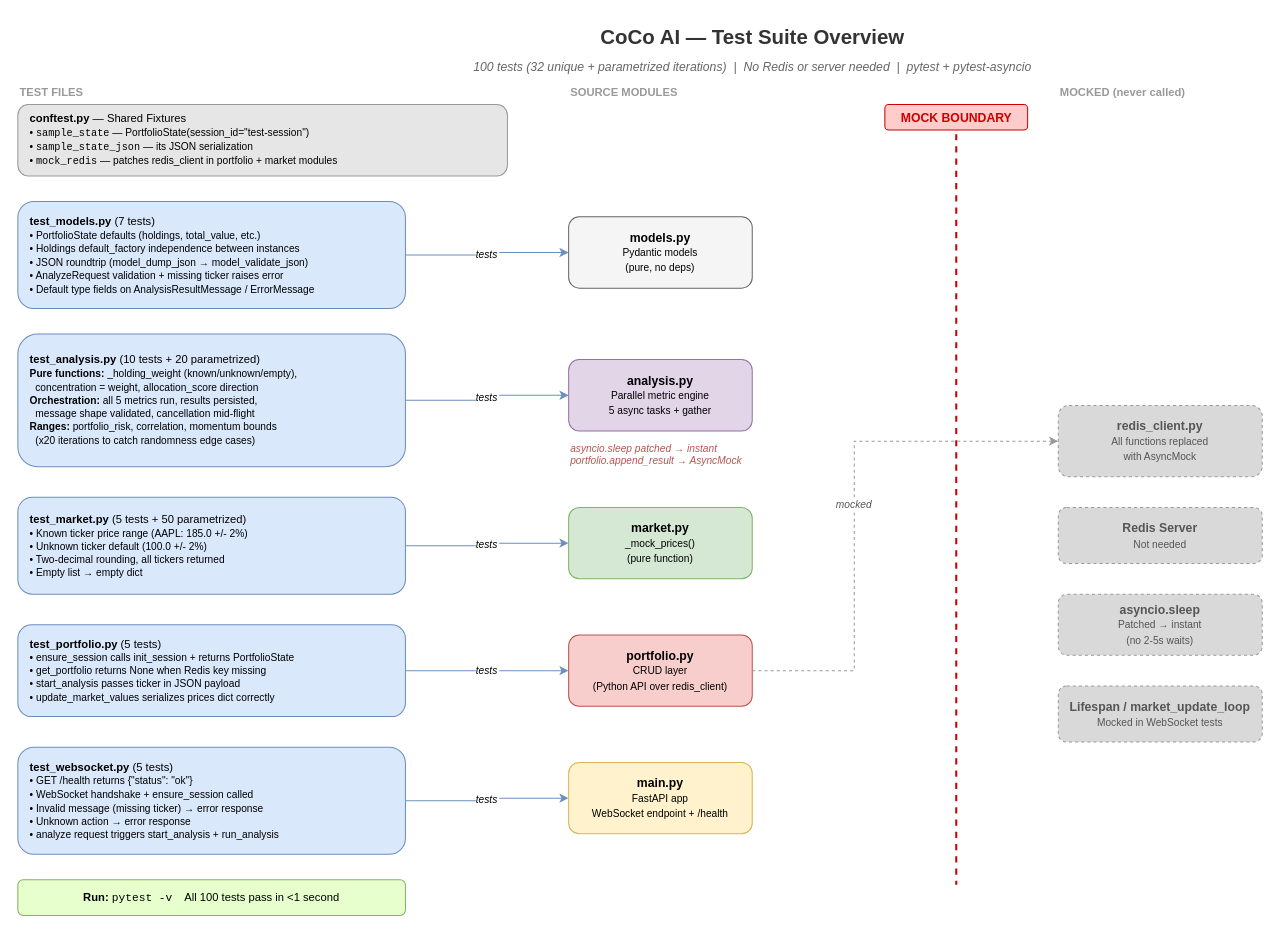
Earlier version of the draw.io diagram page "Tests" (2 of 3) of documentation/diagrams/system-architecture.drawio (onexdata/stock-portfolio-analysis). Source tidied: cells renumbered, new cells numbered last; positions are measured from the earlier drawing's top-left corner, leaving out a move shared by most shapes. Both pictures are drawn from the tidied source at 102%, with x=0, y=0 at pixel (17, 17).
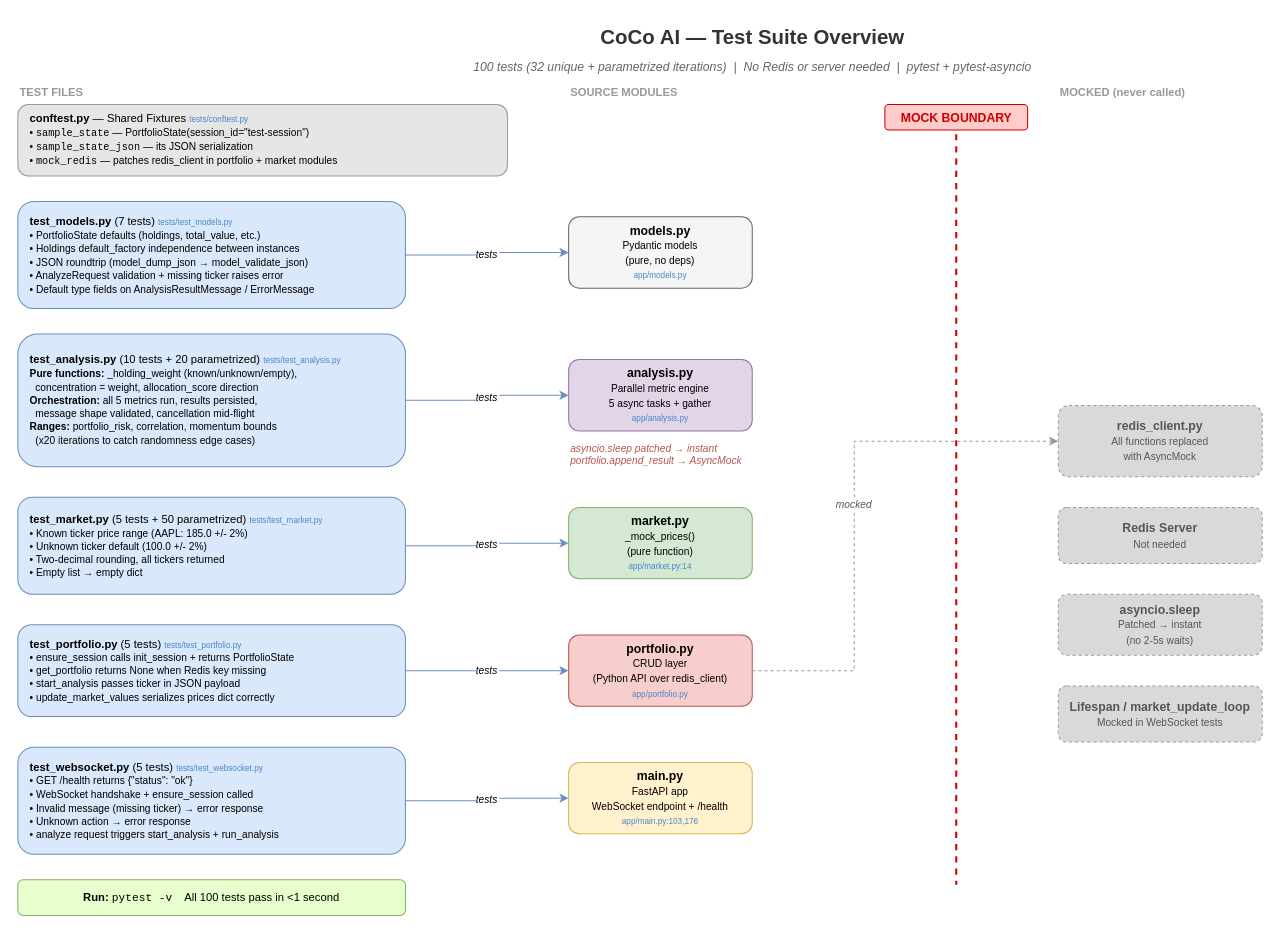
The same diagram, later.

Change to the diagram source:
```diff
@@
-    <mxCell id="7" value="&lt;b&gt;conftest.py&lt;/b&gt; — Shared Fixtures&lt;br&gt;&lt;font style=&quot;font-size:10px&quot;&gt;&amp;bull; &lt;code&gt;sample_state&lt;/code&gt; — PortfolioState(session_id=&amp;quot;test-session&amp;quot;)&lt;br&gt;&amp;bull; &lt;code&gt;sample_state_json&lt;/code&gt; — its JSON serialization&lt;br&gt;&amp;bull; &lt;code&gt;mock_redis&lt;/code&gt; — patches redis_client in portfolio + market modules&lt;/font&gt;" style="rounded=1;whiteSpace=wrap;html=1;fillColor=#e6e6e6;strokeColor=#999999;fontSize=11;align=left;spacingLeft=10;" parent="1" vertex="1">
+    <mxCell id="7" value="&lt;b&gt;conftest.py&lt;/b&gt; — Shared Fixtures &lt;font style=&quot;font-size:8px;color:#4a86c8&quot;&gt;tests/conftest.py&lt;/font&gt;&lt;br&gt;&lt;font style=&quot;font-size:10px&quot;&gt;&amp;bull; &lt;code&gt;sample_state&lt;/code&gt; — PortfolioState(session_id=&amp;quot;test-session&amp;quot;)&lt;br&gt;&amp;bull; &lt;code&gt;sample_state_json&lt;/code&gt; — its JSON serialization&lt;br&gt;&amp;bull; &lt;code&gt;mock_redis&lt;/code&gt; — patches redis_client in portfolio + market modules&lt;/font&gt;" style="rounded=1;whiteSpace=wrap;html=1;fillColor=#e6e6e6;strokeColor=#999999;fontSize=11;align=left;spacingLeft=10;" parent="1" vertex="1">
       <mxGeometry y="85" width="480" height="70" as="geometry" />
     </mxCell>
-    <mxCell id="8" value="&lt;b&gt;test_models.py&lt;/b&gt; (7 tests)&lt;br&gt;&lt;font style=&quot;font-size:10px&quot;&gt;&amp;bull; PortfolioState defaults (holdings, total_value, etc.)&lt;br&gt;&amp;bull; Holdings default_factory independence between instances&lt;br&gt;&amp;bull; JSON roundtrip (model_dump_json → model_validate_json)&lt;br&gt;&amp;bull; AnalyzeRequest validation + missing ticker raises error&lt;br&gt;&amp;bull; Default type fields on AnalysisResultMessage / ErrorMessage&lt;/font&gt;" style="rounded=1;whiteSpace=wrap;html=1;fillColor=#dae8fc;strokeColor=#6c8ebf;fontSize=11;align=left;spacingLeft=10;" parent="1" vertex="1">
+    <mxCell id="8" value="&lt;b&gt;test_models.py&lt;/b&gt; (7 tests) &lt;font style=&quot;font-size:8px;color:#4a86c8&quot;&gt;tests/test_models.py&lt;/font&gt;&lt;br&gt;&lt;font style=&quot;font-size:10px&quot;&gt;&amp;bull; PortfolioState defaults (holdings, total_value, etc.)&lt;br&gt;&amp;bull; Holdings default_factory independence between instances&lt;br&gt;&amp;bull; JSON roundtrip (model_dump_json → model_validate_json)&lt;br&gt;&amp;bull; AnalyzeRequest validation + missing ticker raises error&lt;br&gt;&amp;bull; Default type fields on AnalysisResultMessage / ErrorMessage&lt;/font&gt;" style="rounded=1;whiteSpace=wrap;html=1;fillColor=#dae8fc;strokeColor=#6c8ebf;fontSize=11;align=left;spacingLeft=10;" parent="1" vertex="1">
       <mxGeometry y="180" width="380" height="105" as="geometry" />
     </mxCell>
-    <mxCell id="9" value="&lt;b&gt;models.py&lt;/b&gt;&lt;br&gt;&lt;font style=&quot;font-size:10px&quot;&gt;Pydantic models&lt;br&gt;(pure, no deps)&lt;/font&gt;" style="rounded=1;whiteSpace=wrap;html=1;fillColor=#f5f5f5;strokeColor=#666666;fontSize=12;" parent="1" vertex="1">
+    <mxCell id="9" value="&lt;b&gt;models.py&lt;/b&gt;&lt;br&gt;&lt;font style=&quot;font-size:10px&quot;&gt;Pydantic models&lt;br&gt;(pure, no deps)&lt;/font&gt;&lt;br&gt;&lt;font style=&quot;font-size:8px;color:#4a86c8&quot;&gt;app/models.py&lt;/font&gt;" style="rounded=1;whiteSpace=wrap;html=1;fillColor=#f5f5f5;strokeColor=#666666;fontSize=12;" parent="1" vertex="1">
       <mxGeometry x="540" y="195" width="180" height="70" as="geometry" />
     </mxCell>
@@
-    <mxCell id="11" value="&lt;b&gt;test_analysis.py&lt;/b&gt; (10 tests + 20 parametrized)&lt;br&gt;&lt;font style=&quot;font-size:10px&quot;&gt;&lt;b&gt;Pure functions:&lt;/b&gt; _holding_weight (known/unknown/empty),&lt;br&gt;&amp;nbsp;&amp;nbsp;concentration = weight, allocation_score direction&lt;br&gt;&lt;b&gt;Orchestration:&lt;/b&gt; all 5 metrics run, results persisted,&lt;br&gt;&amp;nbsp;&amp;nbsp;message shape validated, cancellation mid-flight&lt;br&gt;&lt;b&gt;Ranges:&lt;/b&gt; portfolio_risk, correlation, momentum bounds&lt;br&gt;&amp;nbsp;&amp;nbsp;(x20 iterations to catch randomness edge cases)&lt;/font&gt;" style="rounded=1;whiteSpace=wrap;html=1;fillColor=#dae8fc;strokeColor=#6c8ebf;fontSize=11;align=left;spacingLeft=10;" parent="1" vertex="1">
+    <mxCell id="11" value="&lt;b&gt;test_analysis.py&lt;/b&gt; (10 tests + 20 parametrized) &lt;font style=&quot;font-size:8px;color:#4a86c8&quot;&gt;tests/test_analysis.py&lt;/font&gt;&lt;br&gt;&lt;font style=&quot;font-size:10px&quot;&gt;&lt;b&gt;Pure functions:&lt;/b&gt; _holding_weight (known/unknown/empty),&lt;br&gt;&amp;nbsp;&amp;nbsp;concentration = weight, allocation_score direction&lt;br&gt;&lt;b&gt;Orchestration:&lt;/b&gt; all 5 metrics run, results persisted,&lt;br&gt;&amp;nbsp;&amp;nbsp;message shape validated, cancellation mid-flight&lt;br&gt;&lt;b&gt;Ranges:&lt;/b&gt; portfolio_risk, correlation, momentum bounds&lt;br&gt;&amp;nbsp;&amp;nbsp;(x20 iterations to catch randomness edge cases)&lt;/font&gt;" style="rounded=1;whiteSpace=wrap;html=1;fillColor=#dae8fc;strokeColor=#6c8ebf;fontSize=11;align=left;spacingLeft=10;" parent="1" vertex="1">
       <mxGeometry y="310" width="380" height="130" as="geometry" />
     </mxCell>
-    <mxCell id="12" value="&lt;b&gt;analysis.py&lt;/b&gt;&lt;br&gt;&lt;font style=&quot;font-size:10px&quot;&gt;Parallel metric engine&lt;br&gt;5 async tasks + gather&lt;/font&gt;" style="rounded=1;whiteSpace=wrap;html=1;fillColor=#e1d5e7;strokeColor=#9673a6;fontSize=12;" parent="1" vertex="1">
+    <mxCell id="12" value="&lt;b&gt;analysis.py&lt;/b&gt;&lt;br&gt;&lt;font style=&quot;font-size:10px&quot;&gt;Parallel metric engine&lt;br&gt;5 async tasks + gather&lt;/font&gt;&lt;br&gt;&lt;font style=&quot;font-size:8px;color:#4a86c8&quot;&gt;app/analysis.py&lt;/font&gt;" style="rounded=1;whiteSpace=wrap;html=1;fillColor=#e1d5e7;strokeColor=#9673a6;fontSize=12;" parent="1" vertex="1">
       <mxGeometry x="540" y="335" width="180" height="70" as="geometry" />
     </mxCell>
@@
-    <mxCell id="15" value="&lt;b&gt;test_market.py&lt;/b&gt; (5 tests + 50 parametrized)&lt;br&gt;&lt;font style=&quot;font-size:10px&quot;&gt;&amp;bull; Known ticker price range (AAPL: 185.0 +/- 2%)&lt;br&gt;&amp;bull; Unknown ticker default (100.0 +/- 2%)&lt;br&gt;&amp;bull; Two-decimal rounding, all tickers returned&lt;br&gt;&amp;bull; Empty list → empty dict&lt;/font&gt;" style="rounded=1;whiteSpace=wrap;html=1;fillColor=#dae8fc;strokeColor=#6c8ebf;fontSize=11;align=left;spacingLeft=10;" parent="1" vertex="1">
+    <mxCell id="15" value="&lt;b&gt;test_market.py&lt;/b&gt; (5 tests + 50 parametrized) &lt;font style=&quot;font-size:8px;color:#4a86c8&quot;&gt;tests/test_market.py&lt;/font&gt;&lt;br&gt;&lt;font style=&quot;font-size:10px&quot;&gt;&amp;bull; Known ticker price range (AAPL: 185.0 +/- 2%)&lt;br&gt;&amp;bull; Unknown ticker default (100.0 +/- 2%)&lt;br&gt;&amp;bull; Two-decimal rounding, all tickers returned&lt;br&gt;&amp;bull; Empty list → empty dict&lt;/font&gt;" style="rounded=1;whiteSpace=wrap;html=1;fillColor=#dae8fc;strokeColor=#6c8ebf;fontSize=11;align=left;spacingLeft=10;" parent="1" vertex="1">
       <mxGeometry y="470" width="380" height="95" as="geometry" />
     </mxCell>
-    <mxCell id="16" value="&lt;b&gt;market.py&lt;/b&gt;&lt;br&gt;&lt;font style=&quot;font-size:10px&quot;&gt;_mock_prices()&lt;br&gt;(pure function)&lt;/font&gt;" style="rounded=1;whiteSpace=wrap;html=1;fillColor=#d5e8d4;strokeColor=#82b366;fontSize=12;" parent="1" vertex="1">
+    <mxCell id="16" value="&lt;b&gt;market.py&lt;/b&gt;&lt;br&gt;&lt;font style=&quot;font-size:10px&quot;&gt;_mock_prices()&lt;br&gt;(pure function)&lt;/font&gt;&lt;br&gt;&lt;font style=&quot;font-size:8px;color:#4a86c8&quot;&gt;app/market.py:14&lt;/font&gt;" style="rounded=1;whiteSpace=wrap;html=1;fillColor=#d5e8d4;strokeColor=#82b366;fontSize=12;" parent="1" vertex="1">
       <mxGeometry x="540" y="480" width="180" height="70" as="geometry" />
     </mxCell>
@@
-    <mxCell id="18" value="&lt;b&gt;test_portfolio.py&lt;/b&gt; (5 tests)&lt;br&gt;&lt;font style=&quot;font-size:10px&quot;&gt;&amp;bull; ensure_session calls init_session + returns PortfolioState&lt;br&gt;&amp;bull; get_portfolio returns None when Redis key missing&lt;br&gt;&amp;bull; start_analysis passes ticker in JSON payload&lt;br&gt;&amp;bull; update_market_values serializes prices dict correctly&lt;/font&gt;" style="rounded=1;whiteSpace=wrap;html=1;fillColor=#dae8fc;strokeColor=#6c8ebf;fontSize=11;align=left;spacingLeft=10;" parent="1" vertex="1">
+    <mxCell id="18" value="&lt;b&gt;test_portfolio.py&lt;/b&gt; (5 tests) &lt;font style=&quot;font-size:8px;color:#4a86c8&quot;&gt;tests/test_portfolio.py&lt;/font&gt;&lt;br&gt;&lt;font style=&quot;font-size:10px&quot;&gt;&amp;bull; ensure_session calls init_session + returns PortfolioState&lt;br&gt;&amp;bull; get_portfolio returns None when Redis key missing&lt;br&gt;&amp;bull; start_analysis passes ticker in JSON payload&lt;br&gt;&amp;bull; update_market_values serializes prices dict correctly&lt;/font&gt;" style="rounded=1;whiteSpace=wrap;html=1;fillColor=#dae8fc;strokeColor=#6c8ebf;fontSize=11;align=left;spacingLeft=10;" parent="1" vertex="1">
       <mxGeometry y="595" width="380" height="90" as="geometry" />
     </mxCell>
-    <mxCell id="19" value="&lt;b&gt;portfolio.py&lt;/b&gt;&lt;br&gt;&lt;font style=&quot;font-size:10px&quot;&gt;CRUD layer&lt;br&gt;(Python API over redis_client)&lt;/font&gt;" style="rounded=1;whiteSpace=wrap;html=1;fillColor=#f8cecc;strokeColor=#b85450;fontSize=12;" parent="1" vertex="1">
+    <mxCell id="19" value="&lt;b&gt;portfolio.py&lt;/b&gt;&lt;br&gt;&lt;font style=&quot;font-size:10px&quot;&gt;CRUD layer&lt;br&gt;(Python API over redis_client)&lt;/font&gt;&lt;br&gt;&lt;font style=&quot;font-size:8px;color:#4a86c8&quot;&gt;app/portfolio.py&lt;/font&gt;" style="rounded=1;whiteSpace=wrap;html=1;fillColor=#f8cecc;strokeColor=#b85450;fontSize=12;" parent="1" vertex="1">
       <mxGeometry x="540" y="605" width="180" height="70" as="geometry" />
     </mxCell>
@@
-    <mxCell id="21" value="&lt;b&gt;test_websocket.py&lt;/b&gt; (5 tests)&lt;br&gt;&lt;font style=&quot;font-size:10px&quot;&gt;&amp;bull; GET /health returns {&amp;quot;status&amp;quot;: &amp;quot;ok&amp;quot;}&lt;br&gt;&amp;bull; WebSocket handshake + ensure_session called&lt;br&gt;&amp;bull; Invalid message (missing ticker) → error response&lt;br&gt;&amp;bull; Unknown action → error response&lt;br&gt;&amp;bull; analyze request triggers start_analysis + run_analysis&lt;/font&gt;" style="rounded=1;whiteSpace=wrap;html=1;fillColor=#dae8fc;strokeColor=#6c8ebf;fontSize=11;align=left;spacingLeft=10;" parent="1" vertex="1">
+    <mxCell id="21" value="&lt;b&gt;test_websocket.py&lt;/b&gt; (5 tests) &lt;font style=&quot;font-size:8px;color:#4a86c8&quot;&gt;tests/test_websocket.py&lt;/font&gt;&lt;br&gt;&lt;font style=&quot;font-size:10px&quot;&gt;&amp;bull; GET /health returns {&amp;quot;status&amp;quot;: &amp;quot;ok&amp;quot;}&lt;br&gt;&amp;bull; WebSocket handshake + ensure_session called&lt;br&gt;&amp;bull; Invalid message (missing ticker) → error response&lt;br&gt;&amp;bull; Unknown action → error response&lt;br&gt;&amp;bull; analyze request triggers start_analysis + run_analysis&lt;/font&gt;" style="rounded=1;whiteSpace=wrap;html=1;fillColor=#dae8fc;strokeColor=#6c8ebf;fontSize=11;align=left;spacingLeft=10;" parent="1" vertex="1">
       <mxGeometry y="715" width="380" height="105" as="geometry" />
     </mxCell>
-    <mxCell id="22" value="&lt;b&gt;main.py&lt;/b&gt;&lt;br&gt;&lt;font style=&quot;font-size:10px&quot;&gt;FastAPI app&lt;br&gt;WebSocket endpoint + /health&lt;/font&gt;" style="rounded=1;whiteSpace=wrap;html=1;fillColor=#fff2cc;strokeColor=#d6b656;fontSize=12;" parent="1" vertex="1">
+    <mxCell id="22" value="&lt;b&gt;main.py&lt;/b&gt;&lt;br&gt;&lt;font style=&quot;font-size:10px&quot;&gt;FastAPI app&lt;br&gt;WebSocket endpoint + /health&lt;/font&gt;&lt;br&gt;&lt;font style=&quot;font-size:8px;color:#4a86c8&quot;&gt;app/main.py:103,176&lt;/font&gt;" style="rounded=1;whiteSpace=wrap;html=1;fillColor=#fff2cc;strokeColor=#d6b656;fontSize=12;" parent="1" vertex="1">
       <mxGeometry x="540" y="730" width="180" height="70" as="geometry" />
     </mxCell>
```
